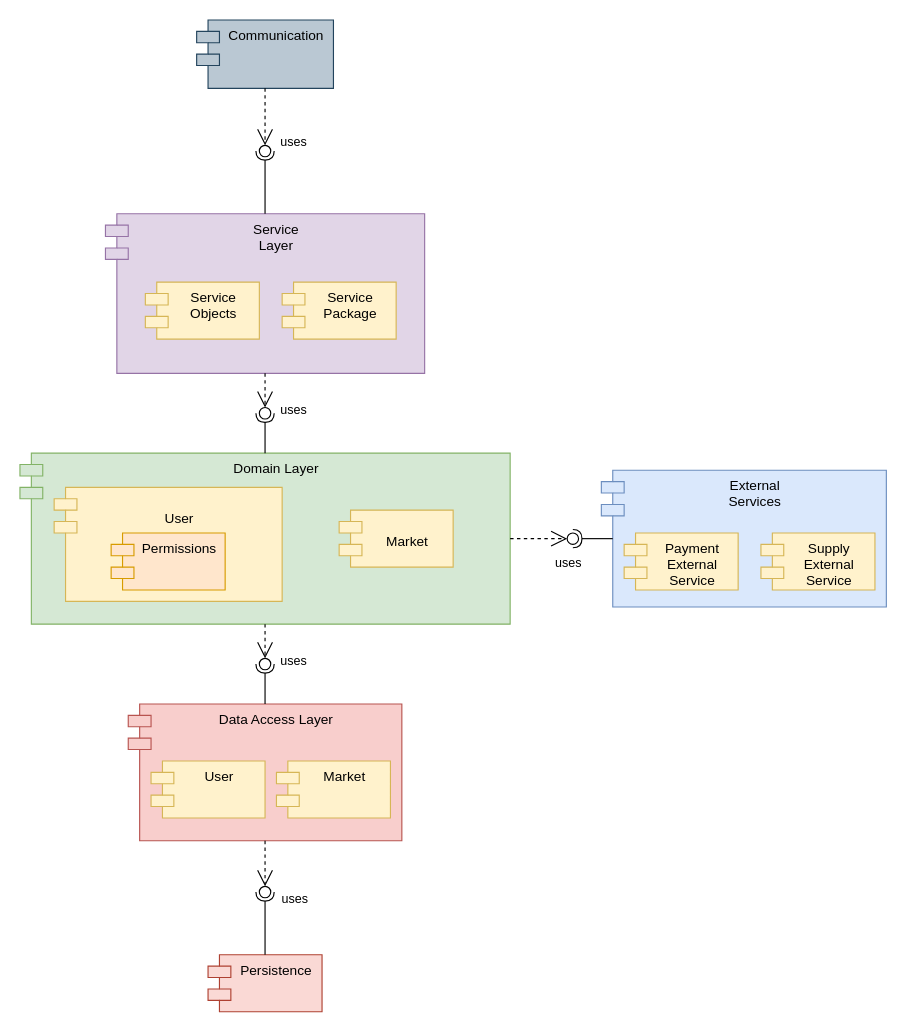
This is page "Component Diagram" (2 of 2) of Workshop.drawio from itaitzruia4/Workshop, a draw.io file, before an edit. Source tidied: cells renumbered, new cells numbered last; positions are measured from the earlier drawing's top-left corner, leaving out a move shared by most shapes. Both pictures are drawn from the tidied source at 114%, with x=0, y=0 at pixel (19, 19).
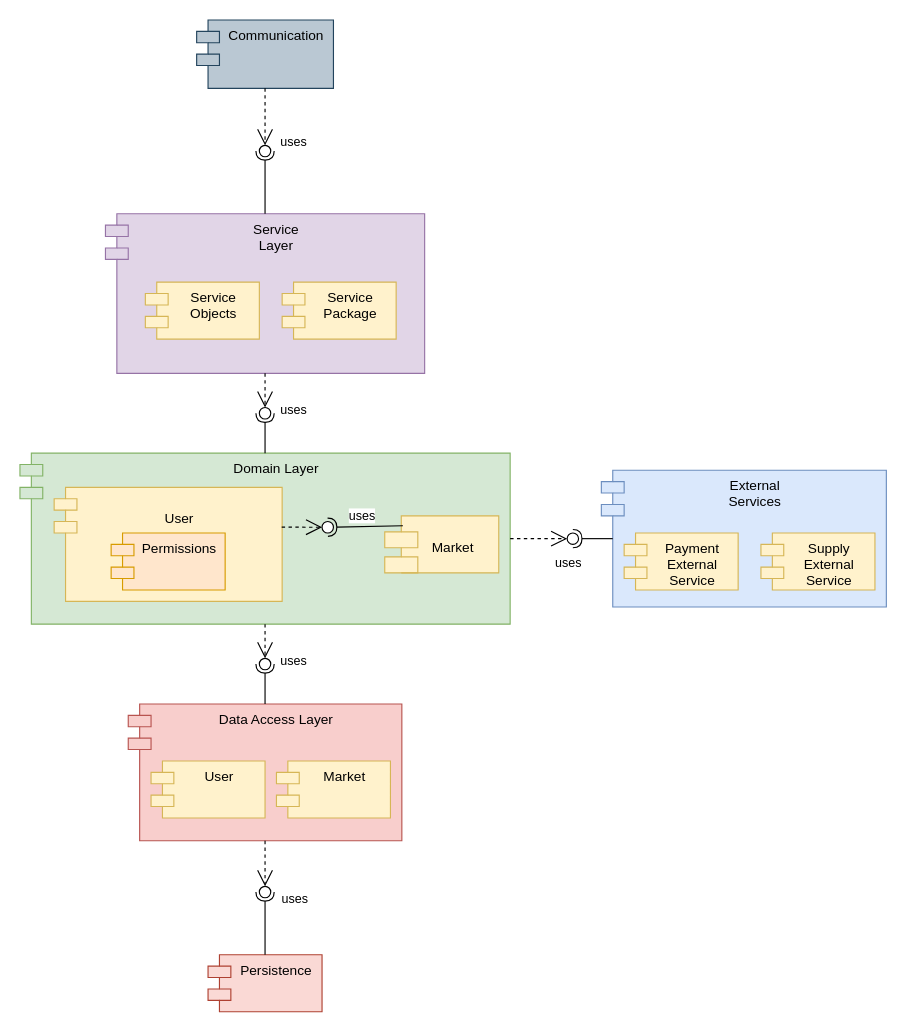
After the change.

Commit message:
Added connection between user and market

Unchanged cells that the change refers to:
```xml
<mxCell id="13" value="&#10;User" style="shape=module;align=left;spacingLeft=20;align=center;verticalAlign=top;fillColor=#fff2cc;strokeColor=#d6b656;" parent="12" vertex="1">
  <mxGeometry width="200" height="100" as="geometry" />
</mxCell>
```

Diff of the diagram source:
```diff
@@
-    <mxCell id="4" value="&#10;Market" style="shape=module;align=left;spacingLeft=20;align=center;verticalAlign=top;fillColor=#fff2cc;strokeColor=#d6b656;" parent="1" vertex="1">
-      <mxGeometry x="280" y="430" width="100" height="50" as="geometry" />
+    <mxCell id="4" value="&#10;Market" style="shape=module;align=left;spacingLeft=20;align=center;verticalAlign=top;fillColor=#fff2cc;strokeColor=#d6b656;jettyWidth=29;jettyHeight=14;" parent="1" vertex="1">
+      <mxGeometry x="320" y="435" width="100" height="50" as="geometry" />
     </mxCell>
@@
+    <mxCell id="38" style="rounded=0;jettySize=auto;html=1;endArrow=halfCircle;endFill=0;entryX=0.5;entryY=0.5;endSize=6;strokeWidth=1;sketch=0;exitX=0.159;exitY=0.173;exitDx=0;exitDy=0;exitPerimeter=0;" parent="1" edge="1" source="4" target="39">
+      <mxGeometry relative="1" as="geometry" />
+    </mxCell>
+    <mxCell id="39" style="ellipse;whiteSpace=wrap;html=1;align=center;points=[];outlineConnect=0;sketch=0;" parent="1" vertex="1">
+      <mxGeometry x="265" y="440" width="10" height="10" as="geometry" />
+    </mxCell>
+    <mxCell id="40" style="endArrow=open;endSize=12;dashed=1;html=1;rounded=0;exitX=0.998;exitY=0.349;exitDx=0;exitDy=0;exitPerimeter=0;" parent="1" edge="1" source="13" target="39">
+      <mxGeometry x="0.47" y="-72" relative="1" as="geometry" />
+    </mxCell>
+    <mxCell id="41" value="uses" style="edgeLabel;html=1;align=center;verticalAlign=middle;" parent="40" vertex="1">
+      <mxGeometry x="0.52" y="2" relative="1" as="geometry">
+        <mxPoint x="43" y="-8" as="offset" />
+      </mxGeometry>
+    </mxCell>
```
